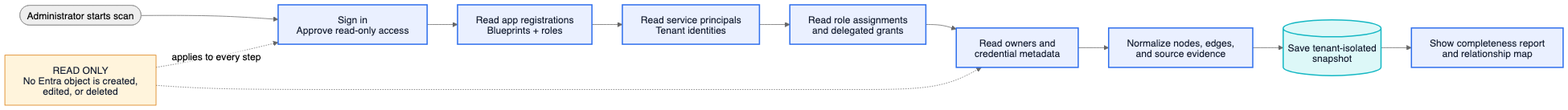
The Mermaid diagram diagrams/scan-flow.png in loredan1994/entra-relationship-explorer, before a commit. Its source is kept beside it as diagrams/scan-flow.mmd. Source of this version:
```mermaid
flowchart LR
  START(["Administrator starts scan"])
  AUTH["Sign in<br/>Approve read-only access"]
  APPS["Read app registrations<br/>Blueprints + roles"]
  SPS["Read service principals<br/>Tenant identities"]
  GRANTS["Read role assignments<br/>and delegated grants"]
  GOV["Read owners and<br/>credential metadata"]
  NORM["Normalize nodes, edges,<br/>and source evidence"]
  STORE[("Save tenant-isolated<br/>snapshot")]
  SHOW["Show completeness report<br/>and relationship map"]

  START --> AUTH --> APPS --> SPS --> GRANTS --> GOV --> NORM --> STORE --> SHOW
  GUARD["READ ONLY<br/>No Entra object is created, edited, or deleted"]
  GUARD -. "applies to every step" .-> AUTH
  GUARD -.-> GOV

  classDef action fill:#EAF0FF,stroke:#2F6FED,color:#172033,stroke-width:2px;
  classDef data fill:#DDF8F8,stroke:#16B8C4,color:#172033,stroke-width:2px;
  classDef guard fill:#FFF4DC,stroke:#D97706,color:#172033;
  class AUTH,APPS,SPS,GRANTS,GOV,NORM,SHOW action;
  class STORE data;
  class GUARD guard;
```
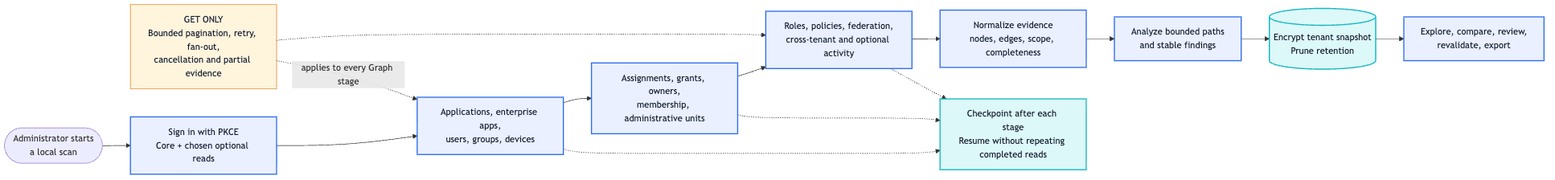
Above is the later version.

What changed in the source:
```diff
@@ -1,22 +1,26 @@
 flowchart LR
-  START(["Administrator starts scan"])
-  AUTH["Sign in<br/>Approve read-only access"]
-  APPS["Read app registrations<br/>Blueprints + roles"]
-  SPS["Read service principals<br/>Tenant identities"]
-  GRANTS["Read role assignments<br/>and delegated grants"]
-  GOV["Read owners and<br/>credential metadata"]
-  NORM["Normalize nodes, edges,<br/>and source evidence"]
-  STORE[("Save tenant-isolated<br/>snapshot")]
-  SHOW["Show completeness report<br/>and relationship map"]
+  START(["Administrator starts<br/>a local scan"])
+  AUTH["Sign in with PKCE<br/>Core + chosen optional reads"]
+  IDENT["Applications, enterprise apps,<br/>users, groups, devices"]
+  ACCESS["Assignments, grants, owners,<br/>membership, administrative units"]
+  TRUST["Roles, policies, federation,<br/>cross-tenant and optional activity"]
+  NORM["Normalize evidence<br/>nodes, edges, scope, completeness"]
+  FIND["Analyze bounded paths<br/>and stable findings"]
+  STORE[("Encrypt tenant snapshot<br/>Prune retention")]
+  SHOW["Explore, compare, review,<br/>revalidate, export"]
 
-  START --> AUTH --> APPS --> SPS --> GRANTS --> GOV --> NORM --> STORE --> SHOW
-  GUARD["READ ONLY<br/>No Entra object is created, edited, or deleted"]
-  GUARD -. "applies to every step" .-> AUTH
-  GUARD -.-> GOV
+  START --> AUTH --> IDENT --> ACCESS --> TRUST --> NORM --> FIND --> STORE --> SHOW
+  CHECKPOINT["Checkpoint after each stage<br/>Resume without repeating completed reads"]
+  IDENT -.-> CHECKPOINT
+  ACCESS -.-> CHECKPOINT
+  TRUST -.-> CHECKPOINT
+  GUARD["GET ONLY<br/>Bounded pagination, retry, fan-out,<br/>cancellation and partial evidence"]
+  GUARD -. "applies to every Graph stage" .-> IDENT
+  GUARD -.-> TRUST
 
   classDef action fill:#EAF0FF,stroke:#2F6FED,color:#172033,stroke-width:2px;
   classDef data fill:#DDF8F8,stroke:#16B8C4,color:#172033,stroke-width:2px;
   classDef guard fill:#FFF4DC,stroke:#D97706,color:#172033;
-  class AUTH,APPS,SPS,GRANTS,GOV,NORM,SHOW action;
-  class STORE data;
+  class AUTH,IDENT,ACCESS,TRUST,NORM,FIND,SHOW action;
+  class STORE,CHECKPOINT data;
   class GUARD guard;
```
